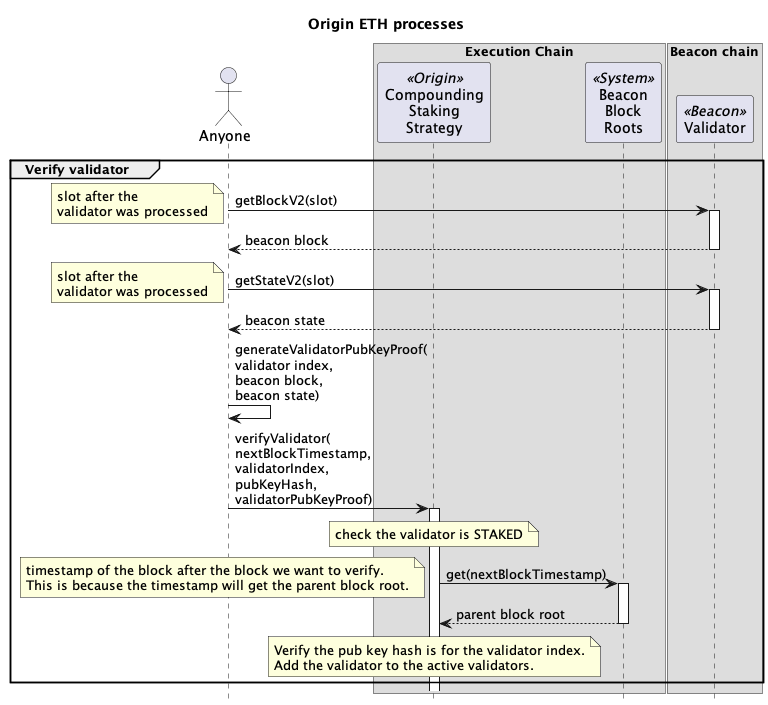
Before: contracts/docs/plantuml/oethProcesses-verify-validator.png, a diagram exported from PlantUML (OriginProtocol/origin-dollar). The source it was exported from:
```plantuml
@startuml

skinparam tabSize 2
hide footbox

title "Origin ETH processes"

actor "Anyone" as sender

box "Execution Chain"
participant "Compounding\nStaking\nStrategy" as compStrat <<Origin>>
participant "Beacon\nBlock\nRoots" as roots <<System>>
end box

box "Beacon chain"
participant "Validator" as val <<Beacon>>
end box























































group Verify validator

sender -> val : getBlockV2(slot)
note left : slot after the\nvalidator was processed
activate val
return beacon block

sender -> val : getStateV2(slot)
note left : slot after the\nvalidator was processed
activate val
return beacon state

sender -> sender : generateValidatorPubKeyProof(\nvalidator index,\nbeacon block,\nbeacon state)

sender -> compStrat : verifyValidator(\nnextBlockTimestamp,\nvalidatorIndex,\npubKeyHash,\nvalidatorPubKeyProof)
activate compStrat

note over compStrat : check the validator is STAKED

compStrat -> roots : get(nextBlockTimestamp)
note left
timestamp of the block after the block we want to verify.
This is because the timestamp will get the parent block root.
end note
activate roots
return parent block root

note over compStrat
Verify the pub key hash is for the validator index.
Add the validator to the active validators.
end note

end group









































































@enduml
```
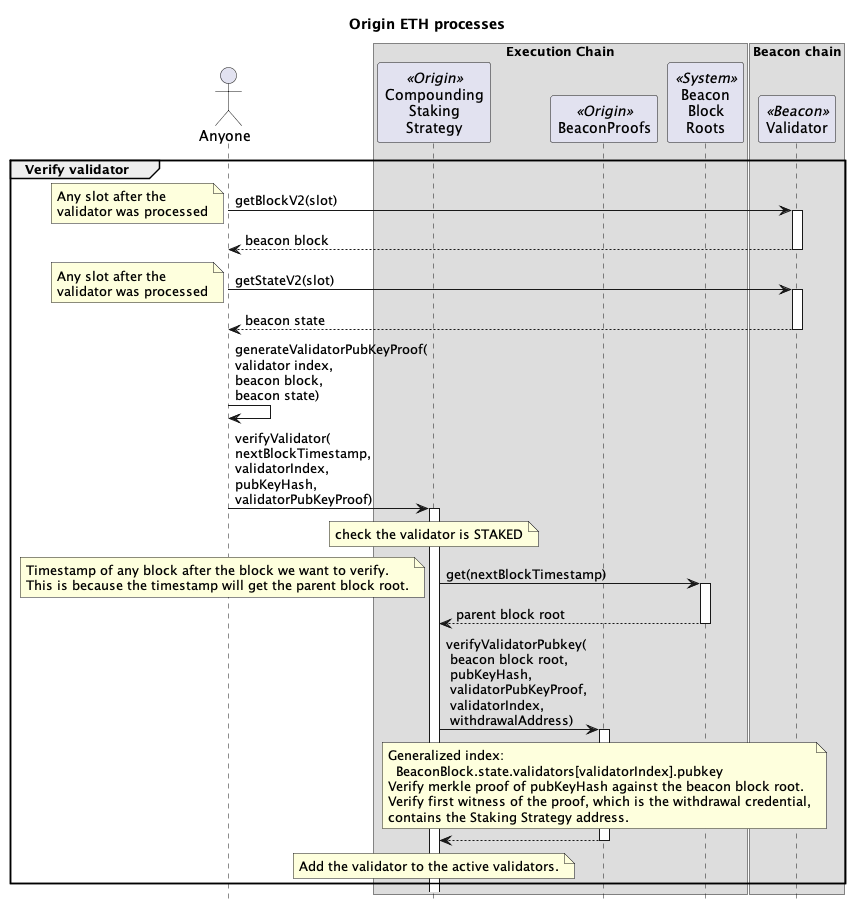
After the commit.

The edit, as a diff of the source:
```diff
@@ -9,6 +9,7 @@
 
 box "Execution Chain"
 participant "Compounding\nStaking\nStrategy" as compStrat <<Origin>>
+participant "BeaconProofs" as proofs <<Origin>>
 participant "Beacon\nBlock\nRoots" as roots <<System>>
 end box
 
@@ -64,21 +65,15 @@
 
 
 
-
-
-
-
-
-
 group Verify validator
 
 sender -> val : getBlockV2(slot)
-note left : slot after the\nvalidator was processed
+note left : Any slot after the\nvalidator was processed
 activate val
 return beacon block
 
 sender -> val : getStateV2(slot)
-note left : slot after the\nvalidator was processed
+note left : Any slot after the\nvalidator was processed
 activate val
 return beacon state
 
@@ -91,14 +86,24 @@
 
 compStrat -> roots : get(nextBlockTimestamp)
 note left
-timestamp of the block after the block we want to verify.
+Timestamp of any block after the block we want to verify.
 This is because the timestamp will get the parent block root.
 end note
 activate roots
 return parent block root
 
+compStrat -> proofs : verifyValidatorPubkey(\n beacon block root,\n pubKeyHash,\n validatorPubKeyProof,\n validatorIndex,\n withdrawalAddress)
+activate proofs
+note over proofs
+Generalized index:
+  BeaconBlock.state.validators[validatorIndex].pubkey
+Verify merkle proof of pubKeyHash against the beacon block root.
+Verify first witness of the proof, which is the withdrawal credential,
+contains the Staking Strategy address.
+end note
+return
+
 note over compStrat
-Verify the pub key hash is for the validator index.
 Add the validator to the active validators.
 end note
 
@@ -172,8 +177,4 @@
 
 
 
-
-
-
-
 @enduml
```
